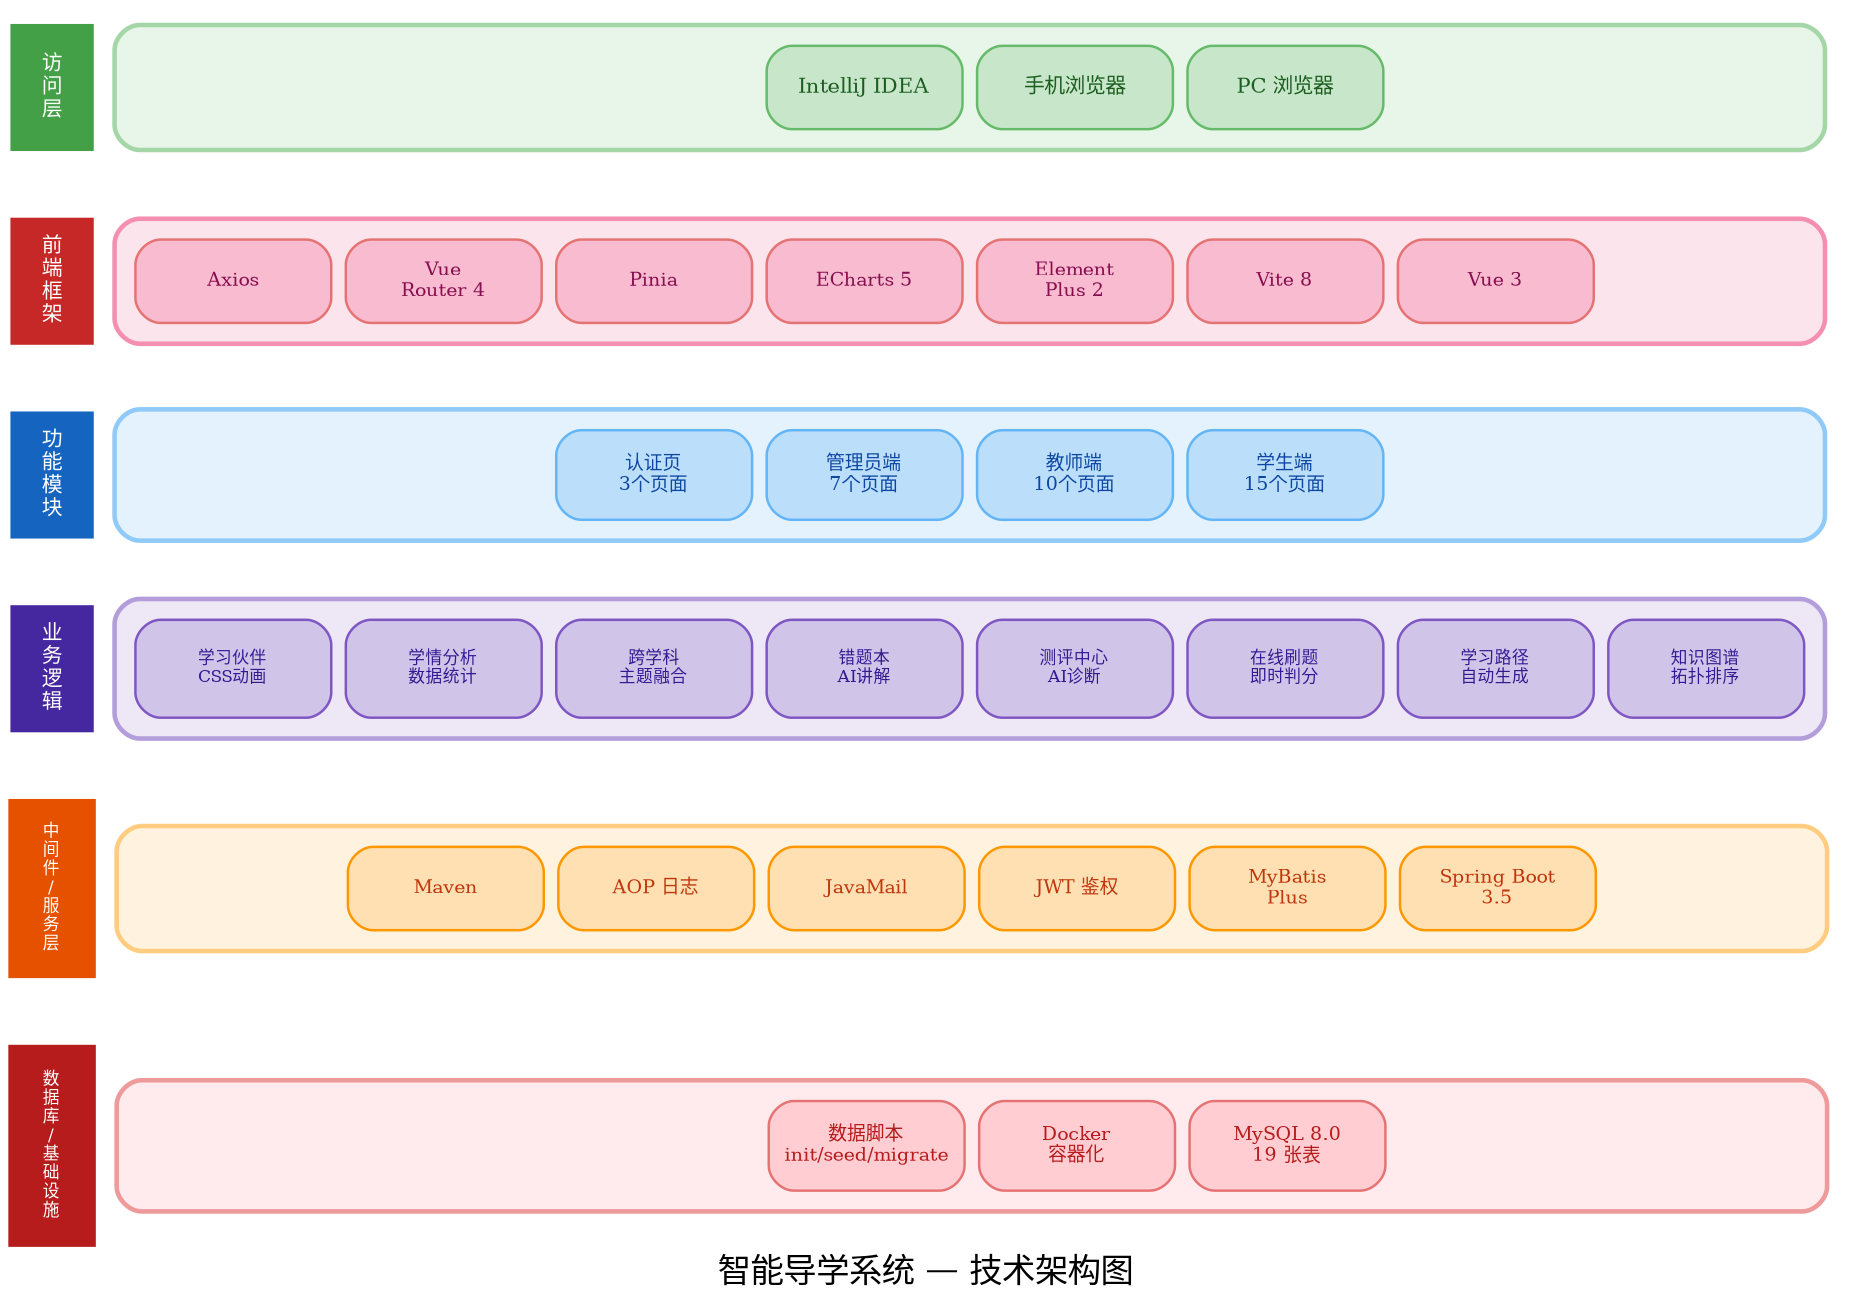
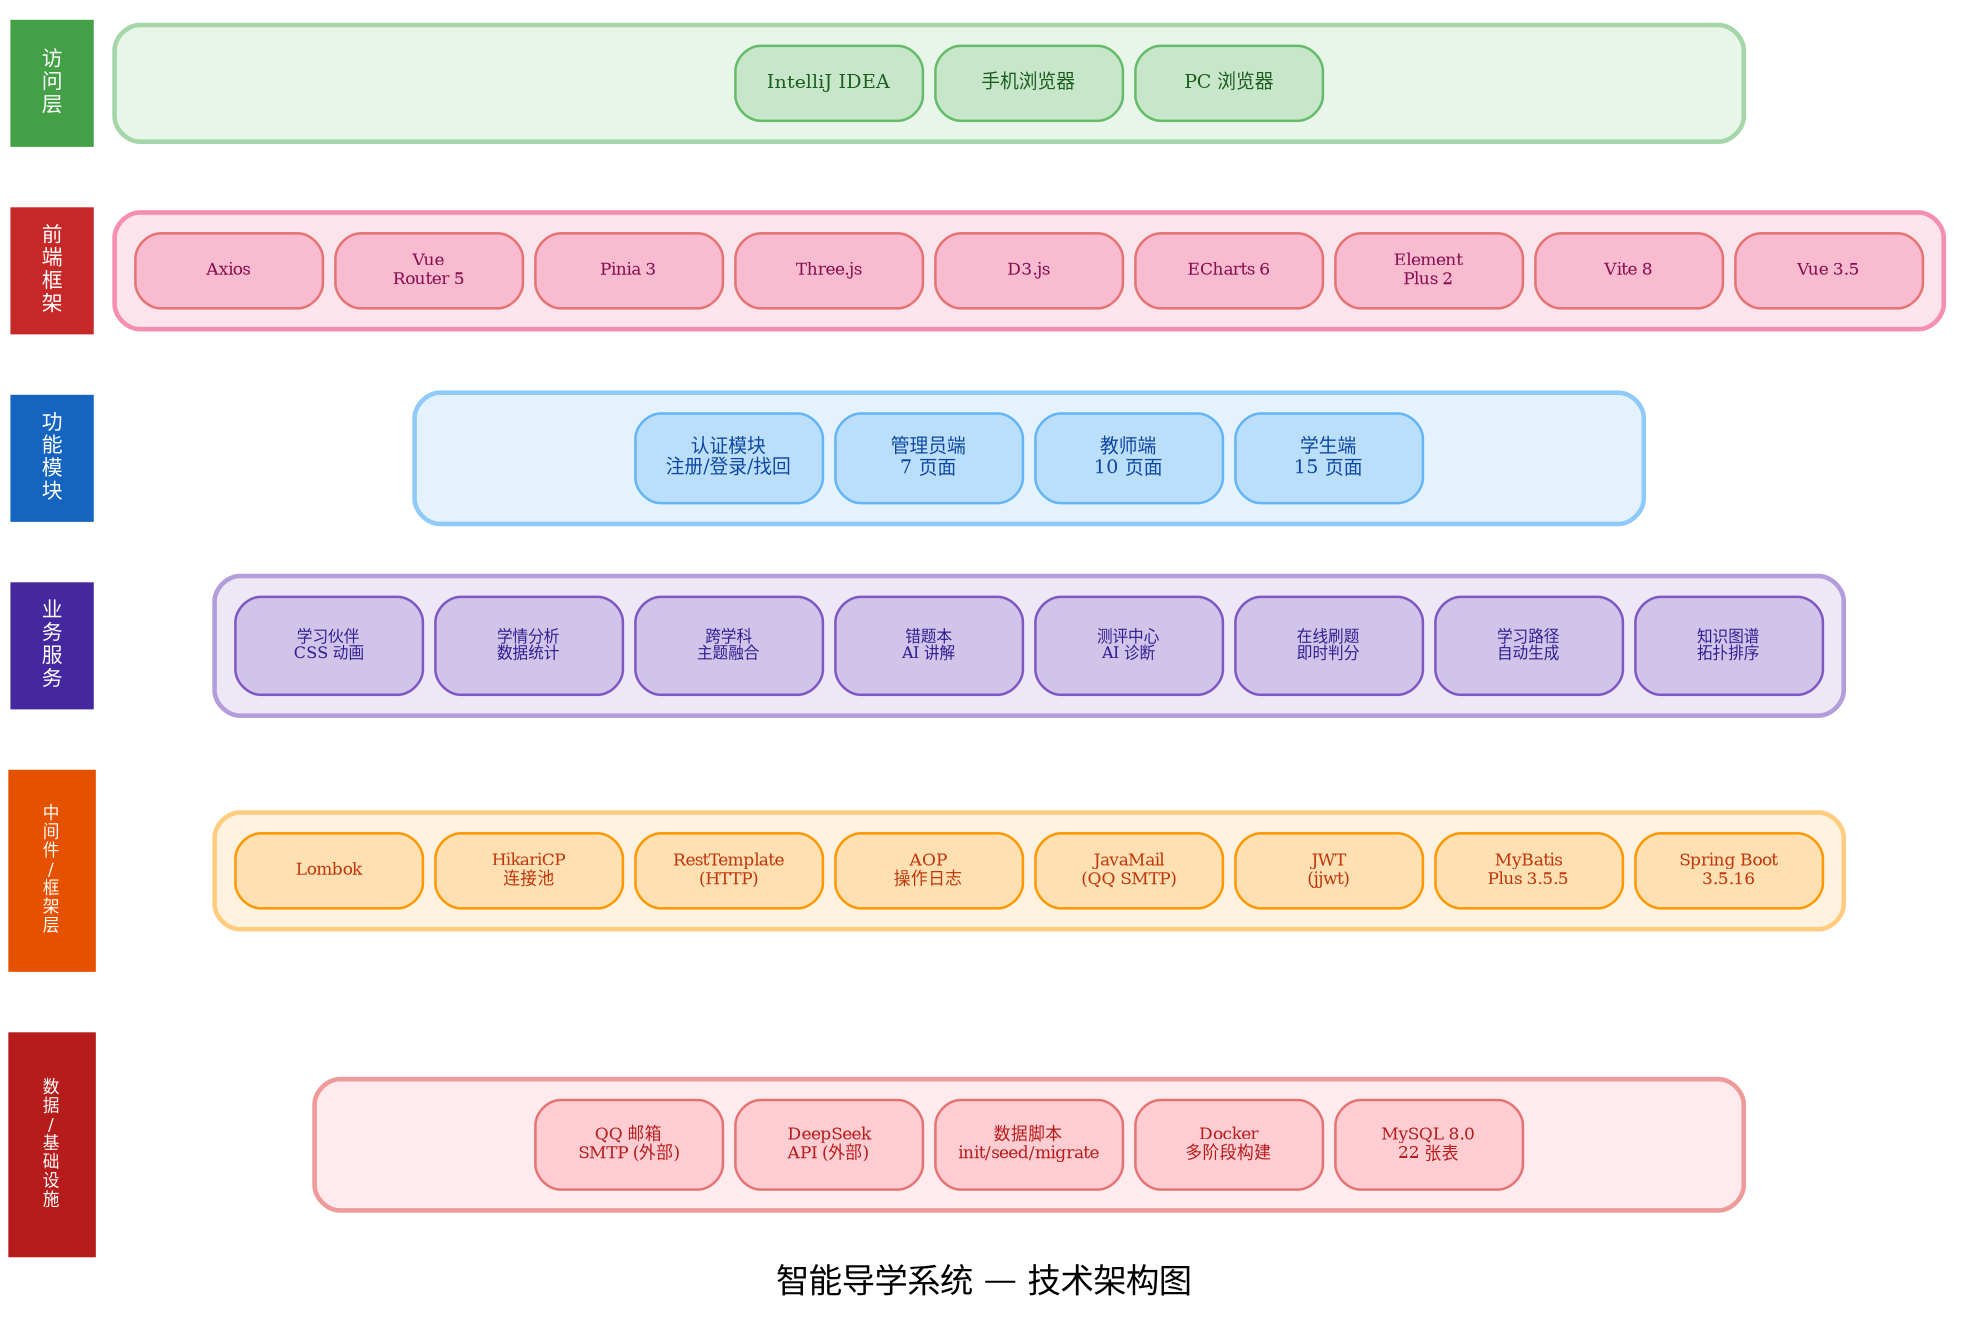
/*
-  * KG 智能导学系统 — 技术架构图
-  * 每层8个槽位，实际内容居中，空位用invis占位
+  * KG 智能导学系统 — 技术架构图（按实际技术栈）
 */
digraph TechArch {
    rankdir=TB;
    splines=ortho;
    fontname="Times-Roman";
    fontsize=16;
    label="智能导学系统 — 技术架构图";
    bgcolor="white";
-     nodesep=0.1;
-     ranksep=0.45;
+     nodesep=0.08;
+     ranksep=0.4;
    compound=true;
    newrank=true;

    /* ====== 左侧标签 ====== */
    node [fontname="Times-Roman", shape=box, style="filled,bold", fontsize=10,
          width=0.55, height=0.85, fixedsize=true, penwidth=0];

-     L1 [label="访\n问\n层",     fillcolor="#43A047", color="#43A047", fontcolor=white];
-     L2 [label="前\n端\n框\n架", fillcolor="#C62828", color="#C62828", fontcolor=white];
-     L3 [label="功\n能\n模\n块", fillcolor="#1565C0", color="#1565C0", fontcolor=white];
-     L4 [label="业\n务\n逻\n辑", fillcolor="#4527A0", color="#4527A0", fontcolor=white];
-     L5 [label="中\n间\n件\n/\n服\n务\n层", fillcolor="#E65100", color="#E65100", fontcolor=white,
-          width=0.58, height=1.2, fontsize=8];
-     L6 [label="数\n据\n库\n/\n基\n础\n设\n施", fillcolor="#B71C1C", color="#B71C1C", fontcolor=white,
+     L1 [label="访\n问\n层",       fillcolor="#43A047", color="#43A047", fontcolor=white];
+     L2 [label="前\n端\n框\n架",   fillcolor="#C62828", color="#C62828", fontcolor=white];
+     L3 [label="功\n能\n模\n块",   fillcolor="#1565C0", color="#1565C0", fontcolor=white];
+     L4 [label="业\n务\n服\n务",   fillcolor="#4527A0", color="#4527A0", fontcolor=white];
+     L5 [label="中\n间\n件\n/\n框\n架\n层", fillcolor="#E65100", color="#E65100", fontcolor=white,
         width=0.58, height=1.35, fontsize=8];
+     L6 [label="数\n据\n/\n基\n础\n设\n施", fillcolor="#B71C1C", color="#B71C1C", fontcolor=white,
+          width=0.58, height=1.5, fontsize=8];

    /* item 通用大小 */
    node [fontname="Times-Roman", fontsize=9, shape=box, style="rounded,filled",
-           width=1.3, height=0.55, penwidth=1.2];
+           width=1.25, height=0.5, penwidth=1.2];

    /* ====== 第1层：访问层 (绿) ====== */
    subgraph cluster_A { style="rounded,filled"; fillcolor="#E8F5E9"; color="#A5D6A7"; penwidth=2.2; label=""; margin=10;
-         node [fillcolor="#C8E6C9", color="#66BB6A", fontcolor="#1B5E20", fontsize=10];
+         node [fillcolor="#C8E6C9", color="#66BB6A", fontcolor="#1B5E20"];
        { rank=same;
            _1a [style=invis]; _1b [style=invis];
            a1 [label="PC 浏览器"]; a2 [label="手机浏览器"]; a3 [label="IntelliJ IDEA"];
            _1c [style=invis]; _1d [style=invis]; _1e [style=invis];
        }
    }

-     /* ====== 第2层：前端 (粉红) ====== */
+     /* ====== 第2层：前端框架 (粉红) ====== */
    subgraph cluster_B { style="rounded,filled"; fillcolor="#FCE4EC"; color="#F48FB1"; penwidth=2.2; label=""; margin=10;
-         node [fillcolor="#F8BBD0", color="#E57373", fontcolor="#880E4F"];
+         node [fillcolor="#F8BBD0", color="#E57373", fontcolor="#880E4F", fontsize=8];
        { rank=same;
-             _2a [style=invis];
-             f1 [label="Vue 3"]; f2 [label="Vite 8"]; f3 [label="Element\nPlus 2"];
-             f4 [label="ECharts 5"]; f5 [label="Pinia"]; f6 [label="Vue\nRouter 4"]; f7 [label="Axios"];
+             f1 [label="Vue 3.5"]; f2 [label="Vite 8"]; f3 [label="Element\nPlus 2"];
+             f4 [label="ECharts 6"]; f5 [label="D3.js"]; f6 [label="Three.js"];
+             f7 [label="Pinia 3"]; f8 [label="Vue\nRouter 5"]; f9 [label="Axios"];
        }
    }

    /* ====== 第3层：功能模块 (蓝) ====== */
    subgraph cluster_C { style="rounded,filled"; fillcolor="#E3F2FD"; color="#90CAF9"; penwidth=2.2; label=""; margin=10;
        node [fillcolor="#BBDEFB", color="#64B5F6", fontcolor="#0D47A1", height=0.6];
        { rank=same;
-             _3a [style=invis]; _3b [style=invis];
-             m1 [label="学生端\n15个页面"]; m2 [label="教师端\n10个页面"];
-             m3 [label="管理员端\n7个页面"]; m4 [label="认证页\n3个页面"];
-             _3c [style=invis]; _3d [style=invis];
+             _3a [style=invis];
+             m1 [label="学生端\n15 页面"]; m2 [label="教师端\n10 页面"];
+             m3 [label="管理员端\n7 页面"]; m4 [label="认证模块\n注册/登录/找回"];
+             _3b [style=invis];
        }
    }

-     /* ====== 第4层：业务 (紫) ====== */
+     /* ====== 第4层：业务服务 (紫) ====== */
    subgraph cluster_D { style="rounded,filled"; fillcolor="#EDE7F6"; color="#B39DDB"; penwidth=2.2; label=""; margin=10;
-         node [fillcolor="#D1C4E9", color="#7E57C2", fontcolor="#311B92", fontsize=8, height=0.65];
+         node [fillcolor="#D1C4E9", color="#7E57C2", fontcolor="#311B92", fontsize=7.5, height=0.65];
        { rank=same;
            b1 [label="知识图谱\n拓扑排序"]; b2 [label="学习路径\n自动生成"];
-             b3 [label="在线刷题\n即时判分"]; b4 [label="测评中心\nAI诊断"];
-             b5 [label="错题本\nAI讲解"]; b6 [label="跨学科\n主题融合"];
-             b7 [label="学情分析\n数据统计"]; b8 [label="学习伙伴\nCSS动画"];
+             b3 [label="在线刷题\n即时判分"]; b4 [label="测评中心\nAI 诊断"];
+             b5 [label="错题本\nAI 讲解"]; b6 [label="跨学科\n主题融合"];
+             b7 [label="学情分析\n数据统计"]; b8 [label="学习伙伴\nCSS 动画"];
        }
    }

-     /* ====== 第5层：中间件 (橙) ====== */
+     /* ====== 第5层：中间件/框架 (橙) ====== */
    subgraph cluster_E { style="rounded,filled"; fillcolor="#FFF3E0"; color="#FFCC80"; penwidth=2.2; label=""; margin=10;
-         node [fillcolor="#FFE0B2", color="#FF9800", fontcolor="#BF360C"];
+         node [fillcolor="#FFE0B2", color="#FF9800", fontcolor="#BF360C", fontsize=8];
        { rank=same;
-             _5a [style=invis];
-             s1 [label="Spring Boot\n3.5"]; s2 [label="MyBatis\nPlus"];
-             s3 [label="JWT 鉴权"]; s4 [label="JavaMail"];
-             s5 [label="AOP 日志"]; s6 [label="Maven"];
-             _5b [style=invis];
+             s1 [label="Spring Boot\n3.5.16"]; s2 [label="MyBatis\nPlus 3.5.5"];
+             s3 [label="JWT\n(jjwt)"]; s4 [label="JavaMail\n(QQ SMTP)"];
+             s5 [label="AOP\n操作日志"]; s6 [label="RestTemplate\n(HTTP)"];
+             s7 [label="HikariCP\n连接池"]; s8 [label="Lombok"];
        }
    }

-     /* ====== 第6层：数据库 (红) ====== */
+     /* ====== 第6层：数据/基础设施 (红) ====== */
    subgraph cluster_F { style="rounded,filled"; fillcolor="#FFEBEE"; color="#EF9A9A"; penwidth=2.2; label=""; margin=10;
-         node [fillcolor="#FFCDD2", color="#E57373", fontcolor="#B71C1C", height=0.6];
+         node [fillcolor="#FFCDD2", color="#E57373", fontcolor="#B71C1C", fontsize=8, height=0.6];
        { rank=same;
-             _6a [style=invis]; _6b [style=invis];
-             d1 [label="MySQL 8.0\n19 张表"]; d2 [label="Docker\n容器化"];
+             _6a [style=invis];
+             d1 [label="MySQL 8.0\n22 张表"]; d2 [label="Docker\n多阶段构建"];
            d3 [label="数据脚本\ninit/seed/migrate"];
-             _6c [style=invis]; _6d [style=invis]; _6e [style=invis];
+             d4 [label="DeepSeek\nAPI (外部)"]; d5 [label="QQ 邮箱\nSMTP (外部)"];
+             _6b [style=invis];
        }
    }

    /* ====== 标签与内容同层对齐 ====== */
    { rank=same; L1; a1; }
    { rank=same; L2; f1; }
    { rank=same; L3; m1; }
    { rank=same; L4; b1; }
    { rank=same; L5; s1; }
    { rank=same; L6; d1; }

    edge [style=invis, penwidth=0];
    L1 -> L2 -> L3 -> L4 -> L5 -> L6;
}
